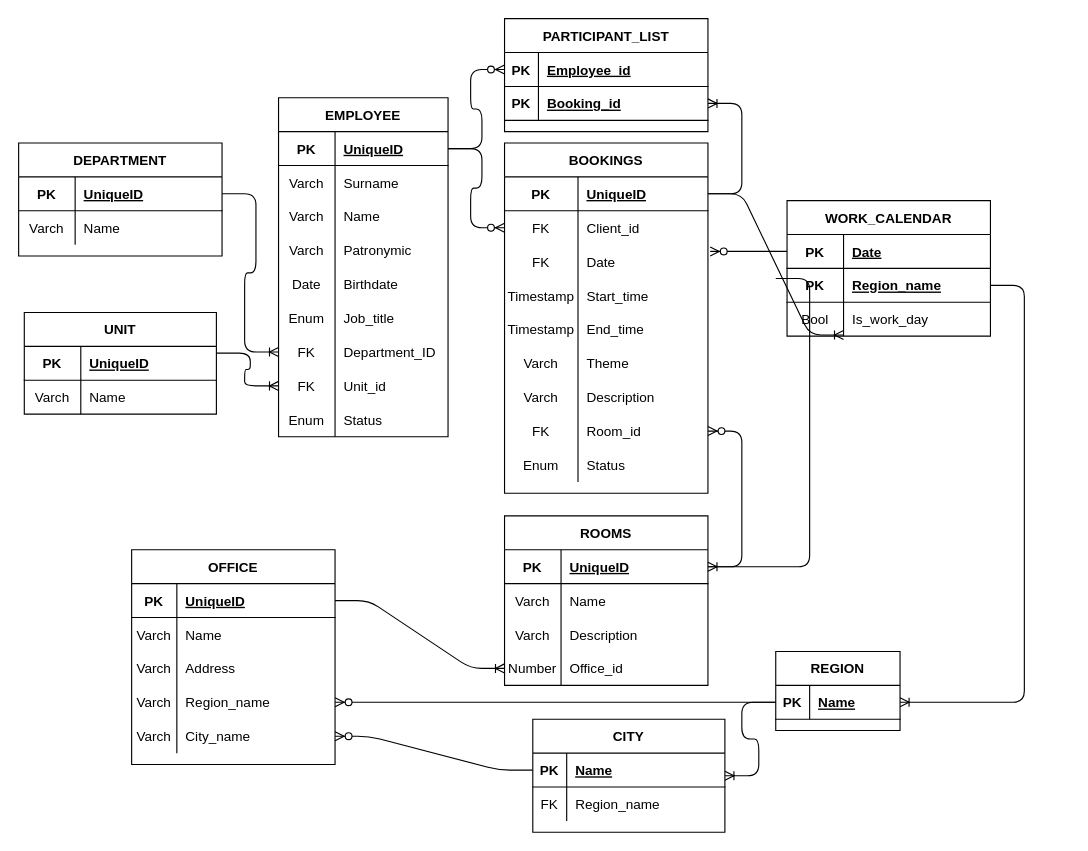
Earlier version of the draw.io diagram Untitled Diagram.drawio (garlife/ers). Source tidied: cells renumbered, new cells numbered last; positions are measured from the earlier drawing's top-left corner, leaving out a move shared by most shapes. Both pictures are drawn from the tidied source at 113%, with x=0, y=0 at pixel (18, 18).
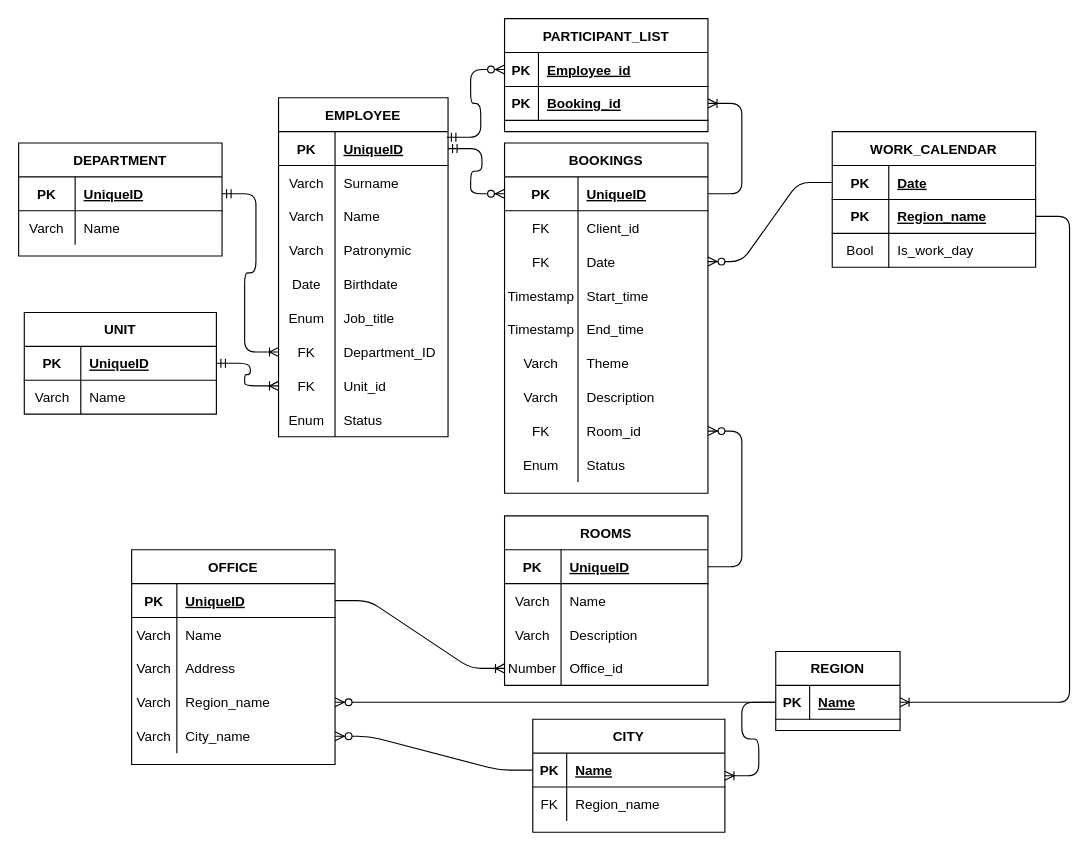
Above is the later version.

Unchanged cells that the change refers to:
```xml
<mxCell id="3" style="shape=tableRow;horizontal=0;startSize=0;swimlaneHead=0;swimlaneBody=0;fillColor=none;points=[[0,0.5],[1,0.5]];portConstraint=eastwest;top=0;left=0;right=0;bottom=1;" parent="2" vertex="1">
  <mxGeometry y="30" width="150" height="30" as="geometry" />
</mxCell>
<mxCell id="21" style="shape=tableRow;horizontal=0;startSize=0;swimlaneHead=0;swimlaneBody=0;fillColor=none;points=[[0,0.5],[1,0.5]];portConstraint=eastwest;top=0;left=0;right=0;bottom=0;" parent="2" vertex="1">
  <mxGeometry y="210" width="150" height="30" as="geometry" />
</mxCell>
<mxCell id="24" style="shape=tableRow;horizontal=0;startSize=0;swimlaneHead=0;swimlaneBody=0;fillColor=none;points=[[0,0.5],[1,0.5]];portConstraint=eastwest;top=0;left=0;right=0;bottom=0;" parent="2" vertex="1">
  <mxGeometry y="240" width="150" height="30" as="geometry" />
</mxCell>
<mxCell id="31" style="shape=tableRow;horizontal=0;startSize=0;swimlaneHead=0;swimlaneBody=0;fillColor=none;points=[[0,0.5],[1,0.5]];portConstraint=eastwest;top=0;left=0;right=0;bottom=1;" parent="30" vertex="1">
  <mxGeometry y="30" width="180" height="30" as="geometry" />
</mxCell>
<mxCell id="34" style="shape=tableRow;horizontal=0;startSize=0;swimlaneHead=0;swimlaneBody=0;fillColor=none;points=[[0,0.5],[1,0.5]];portConstraint=eastwest;top=0;left=0;right=0;bottom=0;" parent="30" vertex="1">
  <mxGeometry y="60" width="180" height="30" as="geometry" />
</mxCell>
<mxCell id="37" style="shape=tableRow;horizontal=0;startSize=0;swimlaneHead=0;swimlaneBody=0;fillColor=none;points=[[0,0.5],[1,0.5]];portConstraint=eastwest;top=0;left=0;right=0;bottom=0;" parent="30" vertex="1">
  <mxGeometry y="90" width="180" height="30" as="geometry" />
</mxCell>
<mxCell id="59" style="shape=tableRow;horizontal=0;startSize=0;swimlaneHead=0;swimlaneBody=0;fillColor=none;points=[[0,0.5],[1,0.5]];portConstraint=eastwest;top=0;left=0;right=0;bottom=1;" parent="58" vertex="1">
  <mxGeometry y="30" width="180" height="30" as="geometry" />
</mxCell>
<mxCell id="88" style="shape=tableRow;horizontal=0;startSize=0;swimlaneHead=0;swimlaneBody=0;fillColor=none;points=[[0,0.5],[1,0.5]];portConstraint=eastwest;top=0;left=0;right=0;bottom=1;" parent="87" vertex="1">
  <mxGeometry y="30" width="180" height="30" as="geometry" />
</mxCell>
<mxCell id="96" style="shape=tableRow;horizontal=0;startSize=0;swimlaneHead=0;swimlaneBody=0;fillColor=none;points=[[0,0.5],[1,0.5]];portConstraint=eastwest;top=0;left=0;right=0;bottom=1;" parent="95" vertex="1">
  <mxGeometry y="30" width="180" height="30" as="geometry" />
</mxCell>
<mxCell id="106" style="shape=tableRow;horizontal=0;startSize=0;swimlaneHead=0;swimlaneBody=0;fillColor=none;points=[[0,0.5],[1,0.5]];portConstraint=eastwest;top=0;left=0;right=0;bottom=1;" parent="105" vertex="1">
  <mxGeometry y="30" width="170" height="30" as="geometry" />
</mxCell>
<mxCell id="134" style="shape=tableRow;horizontal=0;startSize=0;swimlaneHead=0;swimlaneBody=0;fillColor=none;points=[[0,0.5],[1,0.5]];portConstraint=eastwest;top=0;left=0;right=0;bottom=1;" parent="133" vertex="1">
  <mxGeometry y="30" width="180" height="30" as="geometry" />
</mxCell>
<mxCell id="137" style="shape=tableRow;horizontal=0;startSize=0;swimlaneHead=0;swimlaneBody=0;fillColor=none;points=[[0,0.5],[1,0.5]];portConstraint=eastwest;top=0;left=0;right=0;bottom=1;" parent="133" vertex="1">
  <mxGeometry y="60" width="180" height="30" as="geometry" />
</mxCell>
```

What changed in the source:
```diff
@@
-    <mxCell id="94" style="edgeStyle=entityRelationEdgeStyle;fontSize=12;html=1;endArrow=ERzeroToMany;endFill=1;rounded=1;entryX=0;entryY=0.5;entryDx=0;entryDy=0;" parent="1" edge="1" source="3" target="34">
-      <mxGeometry relative="1" as="geometry" />
-    </mxCell>
     <mxCell id="95" value="WORK_CALENDAR" style="shape=table;startSize=30;childLayout=tableLayout;rowLines=0;fontStyle=1;align=center;" parent="1" vertex="1">
-      <mxGeometry x="680" y="161" width="180" height="120" as="geometry" />
+      <mxGeometry x="720" y="100" width="180" height="120" as="geometry" />
     </mxCell>
@@
-    <mxCell id="112" style="edgeStyle=entityRelationEdgeStyle;fontSize=12;html=1;endArrow=ERoneToMany;rounded=1;exitX=1;exitY=0.2;exitDx=0;exitDy=0;exitPerimeter=0;entryX=0;entryY=0.5;entryDx=0;entryDy=0;" parent="1" edge="1" source="106" target="24">
-      <mxGeometry relative="1" as="geometry" />
-    </mxCell>
-    <mxCell id="113" style="edgeStyle=entityRelationEdgeStyle;fontSize=12;html=1;endArrow=ERoneToMany;rounded=1;exitX=1;exitY=0.5;exitDx=0;exitDy=0;entryX=0;entryY=0.5;entryDx=0;entryDy=0;" parent="1" edge="1" source="88" target="21">
-      <mxGeometry relative="1" as="geometry" />
-    </mxCell>
@@
-    <mxCell id="126" style="edgeStyle=entityRelationEdgeStyle;fontSize=12;html=1;endArrow=ERoneToMany;rounded=1;entryX=1;entryY=0.5;entryDx=0;entryDy=0;exitX=1;exitY=0.5;exitDx=0;exitDy=0;" parent="1" edge="1" target="59">
-      <mxGeometry relative="1" as="geometry">
-        <mxPoint x="670" y="230" as="sourcePoint" />
-      </mxGeometry>
-    </mxCell>
@@
-    <mxCell id="132" style="edgeStyle=entityRelationEdgeStyle;fontSize=12;html=1;endArrow=ERzeroToMany;endFill=1;rounded=1;entryX=1.011;entryY=0.2;entryDx=0;entryDy=0;exitX=0;exitY=0.5;exitDx=0;exitDy=0;entryPerimeter=0;" parent="1" edge="1" source="96" target="37">
+    <mxCell id="132" style="edgeStyle=entityRelationEdgeStyle;fontSize=12;html=1;endArrow=ERzeroToMany;endFill=1;rounded=1;exitX=0;exitY=0.5;exitDx=0;exitDy=0;" parent="1" edge="1" source="96" target="37">
       <mxGeometry relative="1" as="geometry" />
     </mxCell>
@@
+    <mxCell id="142" style="edgeStyle=entityRelationEdgeStyle;fontSize=12;html=1;endArrow=ERoneToMany;rounded=1;exitX=1;exitY=0.5;exitDx=0;exitDy=0;entryX=1;entryY=0.5;entryDx=0;entryDy=0;" parent="1" edge="1" source="31" target="137">
+      <mxGeometry relative="1" as="geometry" />
+    </mxCell>
+    <mxCell id="113" style="edgeStyle=entityRelationEdgeStyle;fontSize=12;html=1;endArrow=ERoneToMany;startArrow=ERmandOne;rounded=1;" parent="1" edge="1" source="88" target="21">
+      <mxGeometry relative="1" as="geometry" />
+    </mxCell>
+    <mxCell id="112" style="edgeStyle=entityRelationEdgeStyle;fontSize=12;html=1;endArrow=ERoneToMany;startArrow=ERmandOne;rounded=1;exitX=1;exitY=0.5;exitDx=0;exitDy=0;" parent="1" edge="1" source="106" target="24">
+      <mxGeometry relative="1" as="geometry" />
+    </mxCell>
+    <mxCell id="143" style="edgeStyle=entityRelationEdgeStyle;fontSize=12;html=1;endArrow=ERzeroToMany;startArrow=ERmandOne;rounded=1;exitX=1;exitY=0.5;exitDx=0;exitDy=0;entryX=0;entryY=0.5;entryDx=0;entryDy=0;" parent="1" edge="1" source="3" target="31">
+      <mxGeometry relative="1" as="geometry" />
+    </mxCell>
-    <mxCell id="140" style="edgeStyle=entityRelationEdgeStyle;fontSize=12;html=1;endArrow=ERzeroToMany;endFill=1;rounded=1;exitX=1;exitY=0.5;exitDx=0;exitDy=0;entryX=0;entryY=0.5;entryDx=0;entryDy=0;" parent="1" edge="1" source="3" target="134">
+    <mxCell id="140" style="edgeStyle=entityRelationEdgeStyle;fontSize=12;html=1;endArrow=ERzeroToMany;startArrow=ERmandOne;rounded=1;exitX=0.993;exitY=0.167;exitDx=0;exitDy=0;exitPerimeter=0;" parent="1" edge="1" source="3" target="134">
       <mxGeometry relative="1" as="geometry" />
     </mxCell>
-    <mxCell id="141" style="edgeStyle=entityRelationEdgeStyle;fontSize=12;html=1;endArrow=ERoneToMany;rounded=1;entryX=1;entryY=0.5;entryDx=0;entryDy=0;" parent="1" edge="1" source="31">
-      <mxGeometry relative="1" as="geometry">
-        <mxPoint x="730" y="280" as="targetPoint" />
-      </mxGeometry>
-    </mxCell>
-    <mxCell id="142" style="edgeStyle=entityRelationEdgeStyle;fontSize=12;html=1;endArrow=ERoneToMany;rounded=1;exitX=1;exitY=0.5;exitDx=0;exitDy=0;entryX=1;entryY=0.5;entryDx=0;entryDy=0;" parent="1" edge="1" source="31" target="137">
-      <mxGeometry relative="1" as="geometry" />
-    </mxCell>
```
